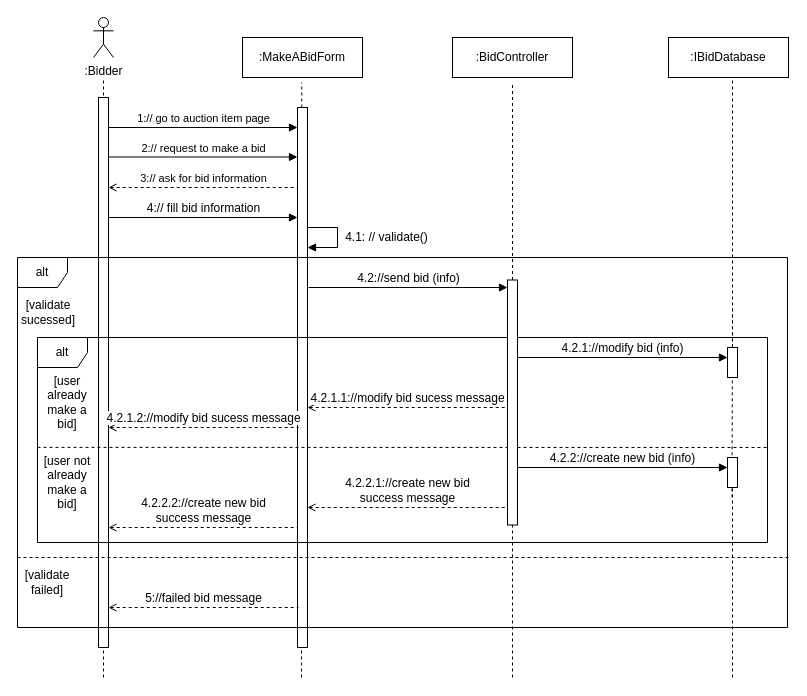
dotruong1910/ooad keeps this draw.io diagram as page "make a bid sequence des" (10 of 20) of ooad-usecase-model.drawio. Above is the earlier version. Source tidied: cells renumbered, new cells numbered last; positions are measured from the earlier drawing's top-left corner, leaving out a move shared by most shapes. Both pictures are drawn from the tidied source at 100%, with x=0, y=0 at pixel (17, 17).
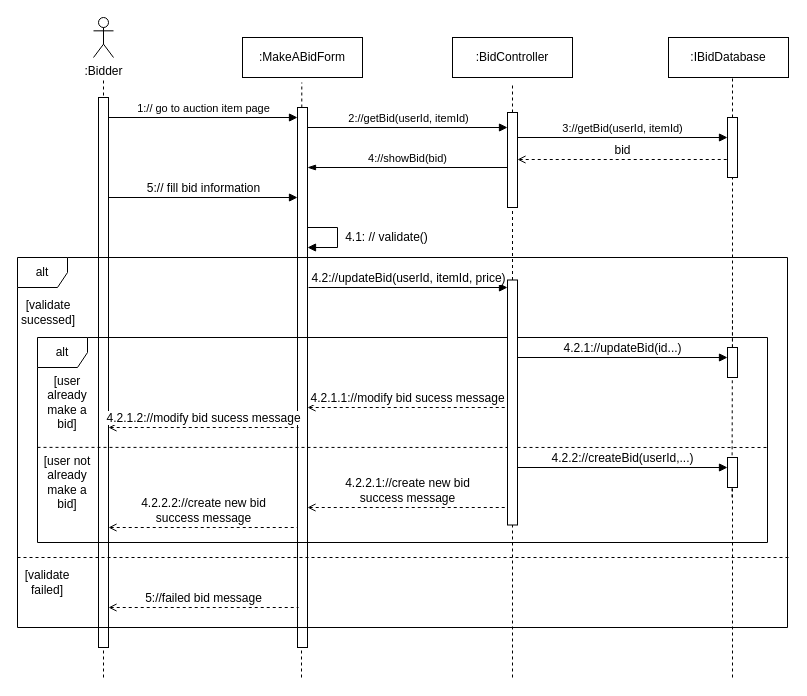
Above is the later version.

The change refers to these unchanged cells:
```xml
<mxCell id="4" style="html=1;points=[[0,0,0,0,5],[0,1,0,0,-5],[1,0,0,0,5],[1,1,0,0,-5]];perimeter=orthogonalPerimeter;outlineConnect=0;targetShapes=umlLifeline;portConstraint=eastwest;newEdgeStyle={&quot;curved&quot;:0,&quot;rounded&quot;:0};" parent="1" vertex="1">
  <mxGeometry x="81" y="80" width="10" height="550" as="geometry" />
</mxCell>
<mxCell id="7" style="html=1;points=[[0,0,0,0,5],[0,1,0,0,-5],[1,0,0,0,5],[1,1,0,0,-5]];perimeter=orthogonalPerimeter;outlineConnect=0;targetShapes=umlLifeline;portConstraint=eastwest;newEdgeStyle={&quot;curved&quot;:0,&quot;rounded&quot;:0};" parent="1" vertex="1">
  <mxGeometry x="280" y="90" width="10" height="540" as="geometry" />
</mxCell>
<mxCell id="12" value="alt" style="shape=umlFrame;whiteSpace=wrap;html=1;width=50;height=30;" parent="1" vertex="1">
  <mxGeometry y="240" width="770" height="370" as="geometry" />
</mxCell>
<mxCell id="15" value="alt" style="shape=umlFrame;whiteSpace=wrap;html=1;width=50;height=30;" parent="12" vertex="1">
  <mxGeometry x="20" y="80" width="730" height="205" as="geometry" />
</mxCell>
<mxCell id="26" style="html=1;points=[[0,0,0,0,5],[0,1,0,0,-5],[1,0,0,0,5],[1,1,0,0,-5]];perimeter=orthogonalPerimeter;outlineConnect=0;targetShapes=umlLifeline;portConstraint=eastwest;newEdgeStyle={&quot;curved&quot;:0,&quot;rounded&quot;:0};" parent="15" vertex="1">
  <mxGeometry x="690" y="10" width="10" height="30" as="geometry" />
</mxCell>
<mxCell id="36" style="html=1;points=[[0,0,0,0,5],[0,1,0,0,-5],[1,0,0,0,5],[1,1,0,0,-5]];perimeter=orthogonalPerimeter;outlineConnect=0;targetShapes=umlLifeline;portConstraint=eastwest;newEdgeStyle={&quot;curved&quot;:0,&quot;rounded&quot;:0};" parent="1" vertex="1">
  <mxGeometry x="490" y="262.5" width="10" height="245" as="geometry" />
</mxCell>
```

Change to the diagram source:
```diff
@@
     <mxCell id="5" value="1:// go to auction item page" style="html=1;verticalAlign=bottom;endArrow=block;curved=0;rounded=0;endFill=1;" parent="1" edge="1">
       <mxGeometry relative="1" as="geometry">
-        <mxPoint x="91" y="110" as="sourcePoint" />
-        <mxPoint x="280" y="110" as="targetPoint" />
+        <mxPoint x="91" y="100" as="sourcePoint" />
+        <mxPoint x="280" y="100" as="targetPoint" />
       </mxGeometry>
     </mxCell>
@@
-    <mxCell id="8" value="2:// request to make a bid" style="html=1;verticalAlign=bottom;endArrow=block;curved=0;rounded=0;endFill=1;" parent="1" edge="1" target="7">
-      <mxGeometry relative="1" as="geometry">
-        <mxPoint x="91" y="139.5" as="sourcePoint" />
-      </mxGeometry>
-    </mxCell>
-    <mxCell id="9" value="&lt;font style=&quot;font-size: 12px;&quot;&gt;4:// fill bid information&lt;/font&gt;" style="html=1;verticalAlign=bottom;endArrow=block;curved=0;rounded=0;endFill=1;" parent="1" edge="1" source="4">
+    <mxCell id="9" value="&lt;font style=&quot;font-size: 12px;&quot;&gt;5:// fill bid information&lt;/font&gt;" style="html=1;verticalAlign=bottom;endArrow=block;curved=0;rounded=0;endFill=1;" parent="1" edge="1">
       <mxGeometry relative="1" as="geometry">
-        <mxPoint x="280" y="200" as="targetPoint" />
+        <mxPoint x="91" y="180" as="sourcePoint" />
+        <mxPoint x="280" y="180" as="targetPoint" />
       </mxGeometry>
     </mxCell>
@@
-    <mxCell id="11" style="endArrow=none;dashed=1;html=1;rounded=0;" parent="1" edge="1" source="36">
+    <mxCell id="11" style="endArrow=none;dashed=1;html=1;rounded=0;" parent="1" edge="1" source="42">
       <mxGeometry relative="1" as="geometry">
         <mxPoint x="495" y="65" as="targetPoint" />
       </mxGeometry>
     </mxCell>
@@
-    <mxCell id="14" value="&lt;font style=&quot;font-size: 12px;&quot;&gt;4.2://send bid (info)&lt;br&gt;&lt;/font&gt;" style="html=1;verticalAlign=bottom;endArrow=block;curved=0;rounded=0;endFill=1;entryX=0;entryY=0;entryDx=0;entryDy=5;entryPerimeter=0;" parent="12" edge="1">
+    <mxCell id="14" value="&lt;font style=&quot;font-size: 12px;&quot;&gt;4.2://updateBid(userId, itemId, price)&lt;br&gt;&lt;/font&gt;" style="html=1;verticalAlign=bottom;endArrow=block;curved=0;rounded=0;endFill=1;entryX=0;entryY=0;entryDx=0;entryDy=5;entryPerimeter=0;" parent="12" edge="1">
       <mxGeometry relative="1" as="geometry">
         <mxPoint x="291" y="30" as="sourcePoint" />
         <mxPoint x="490" y="30" as="targetPoint" />
       </mxGeometry>
     </mxCell>
@@
-    <mxCell id="16" style="endArrow=none;dashed=1;html=1;rounded=0;" parent="15" edge="1" source="26">
+    <mxCell id="16" style="endArrow=none;dashed=1;html=1;rounded=0;" parent="15" edge="1" source="46">
       <mxGeometry relative="1" as="geometry">
         <mxPoint x="695" y="-260" as="targetPoint" />
       </mxGeometry>
     </mxCell>
@@
-    <mxCell id="19" value="&lt;font style=&quot;font-size: 12px;&quot;&gt;4.2.2://create new bid (info)&lt;br&gt;&lt;/font&gt;" style="html=1;verticalAlign=bottom;endArrow=block;curved=0;rounded=0;endFill=1;" parent="15" edge="1">
+    <mxCell id="19" value="&lt;font style=&quot;font-size: 12px;&quot;&gt;4.2.2://createBid(userId,...)&lt;br&gt;&lt;/font&gt;" style="html=1;verticalAlign=bottom;endArrow=block;curved=0;rounded=0;endFill=1;" parent="15" edge="1">
       <mxGeometry relative="1" as="geometry">
         <mxPoint x="480" y="130" as="sourcePoint" />
         <mxPoint x="690" y="130" as="targetPoint" />
       </mxGeometry>
     </mxCell>
-    <mxCell id="20" value="&lt;font style=&quot;font-size: 12px;&quot;&gt;4.2.1://modify bid (info)&lt;br&gt;&lt;/font&gt;" style="html=1;verticalAlign=bottom;endArrow=block;curved=0;rounded=0;endFill=1;" parent="15" edge="1">
+    <mxCell id="20" value="&lt;font style=&quot;font-size: 12px;&quot;&gt;4.2.1://updateBid(id...)&lt;br&gt;&lt;/font&gt;" style="html=1;verticalAlign=bottom;endArrow=block;curved=0;rounded=0;endFill=1;" parent="15" edge="1">
       <mxGeometry relative="1" as="geometry">
         <mxPoint x="480" y="20" as="sourcePoint" />
         <mxPoint x="690" y="20" as="targetPoint" />
       </mxGeometry>
     </mxCell>
@@
-    <mxCell id="34" value="3:// ask for bid information" style="html=1;verticalAlign=bottom;endArrow=none;curved=0;rounded=0;endFill=0;startArrow=open;startFill=0;dashed=1;" parent="1" edge="1">
-      <mxGeometry relative="1" as="geometry">
-        <mxPoint x="91" y="170" as="sourcePoint" />
-        <mxPoint x="280" y="170" as="targetPoint" />
-      </mxGeometry>
-    </mxCell>
@@
+    <mxCell id="40" value="2://getBid(userId, itemId)" style="html=1;verticalAlign=bottom;endArrow=block;curved=0;rounded=0;endFill=1;" parent="1" edge="1">
+      <mxGeometry relative="1" as="geometry">
+        <mxPoint x="290.5" y="110" as="sourcePoint" />
+        <mxPoint x="490" y="110" as="targetPoint" />
+      </mxGeometry>
+    </mxCell>
+    <mxCell id="41" style="endArrow=none;dashed=1;html=1;rounded=0;" parent="1" edge="1" source="36" target="42">
+      <mxGeometry relative="1" as="geometry" />
+    </mxCell>
+    <mxCell id="42" style="html=1;points=[[0,0,0,0,5],[0,1,0,0,-5],[1,0,0,0,5],[1,1,0,0,-5]];perimeter=orthogonalPerimeter;outlineConnect=0;targetShapes=umlLifeline;portConstraint=eastwest;newEdgeStyle={&quot;curved&quot;:0,&quot;rounded&quot;:0};" parent="1" vertex="1">
+      <mxGeometry x="490" y="95" width="10" height="95" as="geometry" />
+    </mxCell>
+    <mxCell id="43" value="3://getBid(userId, itemId)" style="html=1;verticalAlign=bottom;endArrow=block;curved=0;rounded=0;endFill=1;" parent="1" edge="1">
+      <mxGeometry relative="1" as="geometry">
+        <mxPoint x="500" y="120" as="sourcePoint" />
+        <mxPoint x="710" y="120" as="targetPoint" />
+      </mxGeometry>
+    </mxCell>
+    <mxCell id="44" value="&lt;font style=&quot;font-size: 12px;&quot;&gt;bid&lt;br&gt;&lt;/font&gt;" style="html=1;verticalAlign=bottom;endArrow=none;curved=0;rounded=0;endFill=0;startArrow=open;startFill=0;dashed=1;" parent="1" edge="1">
+      <mxGeometry relative="1" as="geometry">
+        <mxPoint x="500" y="142" as="sourcePoint" />
+        <mxPoint x="710" y="142" as="targetPoint" />
+      </mxGeometry>
+    </mxCell>
+    <mxCell id="45" value="4://showBid(bid)" style="html=1;verticalAlign=bottom;endArrow=none;curved=0;rounded=0;endFill=0;startArrow=blockThin;startFill=1;" parent="1" edge="1">
+      <mxGeometry relative="1" as="geometry">
+        <mxPoint x="290" y="150" as="sourcePoint" />
+        <mxPoint x="490" y="150" as="targetPoint" />
+      </mxGeometry>
+    </mxCell>
+    <mxCell id="46" style="html=1;points=[[0,0,0,0,5],[0,1,0,0,-5],[1,0,0,0,5],[1,1,0,0,-5]];perimeter=orthogonalPerimeter;outlineConnect=0;targetShapes=umlLifeline;portConstraint=eastwest;newEdgeStyle={&quot;curved&quot;:0,&quot;rounded&quot;:0};" parent="1" vertex="1">
+      <mxGeometry x="710" y="100" width="10" height="60" as="geometry" />
+    </mxCell>
+    <mxCell id="47" style="endArrow=none;dashed=1;html=1;rounded=0;" parent="1" edge="1" source="26" target="46">
+      <mxGeometry relative="1" as="geometry" />
+    </mxCell>
```
